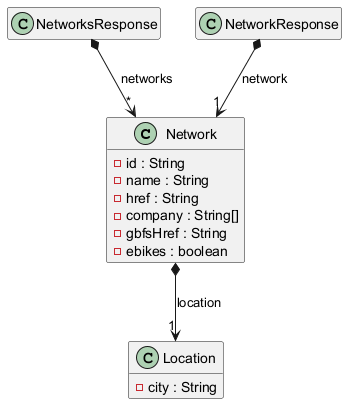
The PlantUML diagram Docs/Models/domain.png in isunican/App-Bicis-Grupo2, before a commit. Its diagram source:
```plantuml
@startuml

hide empty members

class Network {
    - id : String
    - name : String
    - href : String
    - company : String[]
    - gbfsHref : String
    - ebikes : boolean
}

class Location {
    - city : String
}

class NetworksResponse {

}

class NetworkResponse {

}

Network *--> "1" Location : location
NetworksResponse *--> "*" Network : networks
NetworkResponse *--> "1" Network : network

@enduml
```
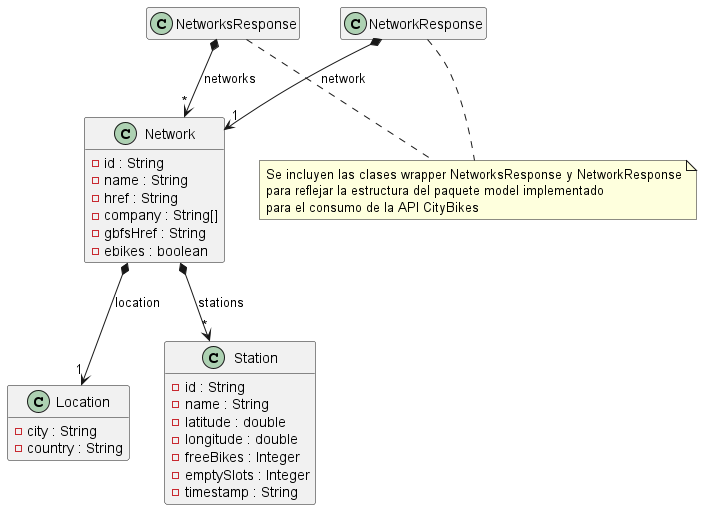
Later version of the same file.

Commit message:
updated domain and architecture UML .png and .puml

The edit, as a diff of the source:
```diff
@@ -1,4 +1,4 @@
-@startuml
+@startuml domain
 
 hide empty members
 
@@ -13,6 +13,17 @@
 
 class Location {
     - city : String
+    - country : String
+}
+
+class Station {
+    - id : String
+    - name : String
+    - latitude : double
+    - longitude : double
+    - freeBikes : Integer
+    - emptySlots : Integer
+    - timestamp : String
 }
 
 class NetworksResponse {
@@ -23,7 +34,12 @@
 
 }
 
+note "Se incluyen las clases wrapper NetworksResponse y NetworkResponse\npara reflejar la estructura del paquete model implementado\npara el consumo de la API CityBikes" as NoteWrapper
+NetworksResponse .. NoteWrapper
+NetworkResponse .. NoteWrapper
+
 Network *--> "1" Location : location
+Network *--> "*" Station : stations
 NetworksResponse *--> "*" Network : networks
 NetworkResponse *--> "1" Network : network
 
```
